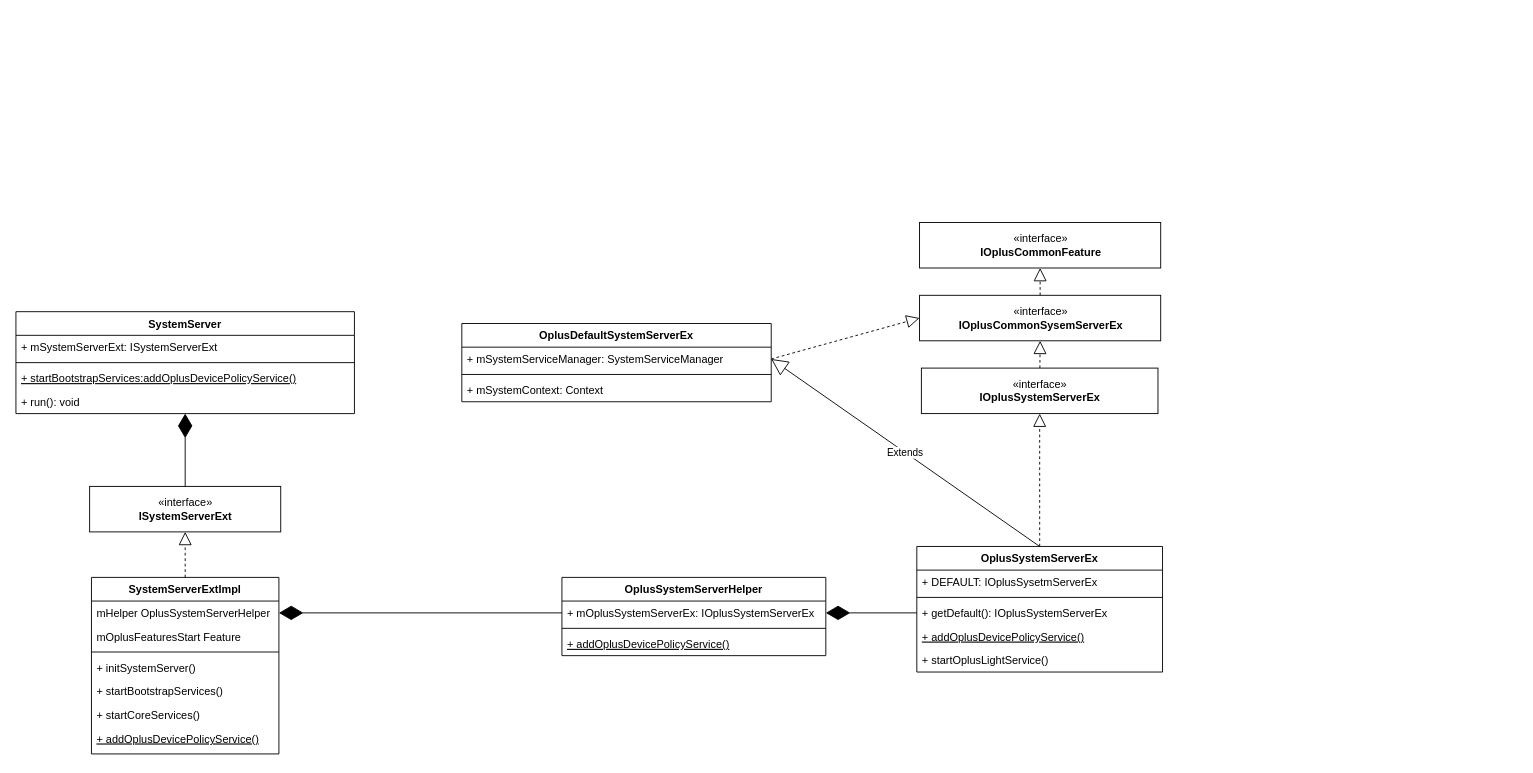
Above: oplus-exsystemserver-analyz-20221102.drawio in quexiaolong/OV-ExFramework (draw.io), before the change. Source tidied: cells renumbered, new cells numbered last; positions are measured from the earlier drawing's top-left corner, leaving out a move shared by most shapes. Both pictures are drawn from the tidied source at 91%, with x=0, y=0 at pixel (15, 222).
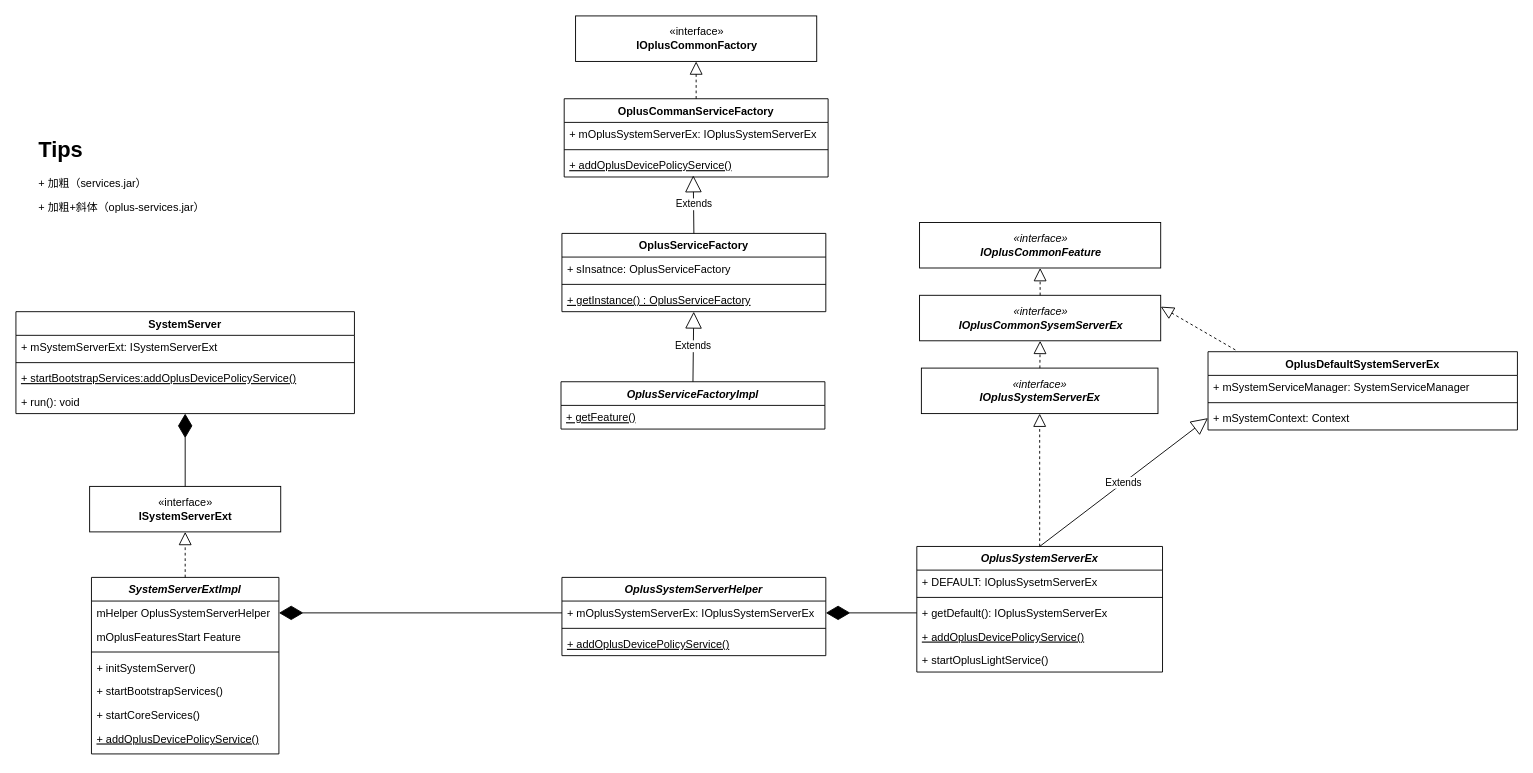
The same page after the edit.

Unchanged cells that the change refers to:
```xml
<mxCell id="37" value="+ mSystemServiceManager: SystemServiceManager" style="text;strokeColor=none;fillColor=none;align=left;verticalAlign=top;spacingLeft=4;spacingRight=4;overflow=hidden;points=[[0,0.5],[1,0.5]];portConstraint=eastwest;" parent="36" vertex="1">
  <mxGeometry y="26" width="340" height="26" as="geometry" />
</mxCell>
<mxCell id="39" value="+ mSystemContext: Context" style="text;strokeColor=none;fillColor=none;align=left;verticalAlign=top;spacingLeft=4;spacingRight=4;overflow=hidden;points=[[0,0.5],[1,0.5]];portConstraint=eastwest;" parent="36" vertex="1">
  <mxGeometry y="60" width="340" height="26" as="geometry" />
</mxCell>
```

Change to the diagram source:
```diff
@@
-    <mxCell id="2" value="SystemServerExtImpl" style="swimlane;fontStyle=1;align=center;verticalAlign=top;horizontal=1;startSize=26;rounded=0;shadow=0;strokeWidth=1;" parent="1" vertex="1">
+    <mxCell id="2" value="SystemServerExtImpl" style="swimlane;fontStyle=3;align=center;verticalAlign=top;horizontal=1;startSize=26;rounded=0;shadow=0;strokeWidth=1;" parent="1" vertex="1">
       <mxGeometry x="83" y="390" width="206" height="194" as="geometry" />
     </mxCell>
@@
-    <mxCell id="17" value="OplusSystemServerHelper" style="swimlane;fontStyle=1;align=center;verticalAlign=top;horizontal=1;startSize=26;" parent="1" vertex="1">
+    <mxCell id="17" value="OplusSystemServerHelper" style="swimlane;fontStyle=3;align=center;verticalAlign=top;horizontal=1;startSize=26;" parent="1" vertex="1">
       <mxGeometry x="600" y="390" width="290" height="86" as="geometry" />
     </mxCell>
@@
-    <mxCell id="21" value="«interface»&lt;br&gt;&lt;b&gt;IOplusSystemServerEx&lt;/b&gt;" style="html=1;" parent="1" vertex="1">
+    <mxCell id="21" value="&lt;i&gt;«interface»&lt;br&gt;&lt;b&gt;IOplusSystemServerEx&lt;/b&gt;&lt;/i&gt;" style="html=1;" parent="1" vertex="1">
       <mxGeometry x="995" y="160" width="260" height="50" as="geometry" />
     </mxCell>
@@
-    <mxCell id="23" value="OplusSystemServerEx" style="swimlane;fontStyle=1;align=center;verticalAlign=top;horizontal=1;startSize=26;" parent="1" vertex="1">
+    <mxCell id="23" value="OplusSystemServerEx" style="swimlane;fontStyle=3;align=center;verticalAlign=top;horizontal=1;startSize=26;" parent="1" vertex="1">
       <mxGeometry x="990" y="356" width="270" height="138" as="geometry" />
     </mxCell>
@@
-    <mxCell id="32" value="«interface»&lt;br&gt;&lt;b&gt;IOplusCommonSysemServerEx&lt;/b&gt;" style="html=1;" parent="1" vertex="1">
+    <mxCell id="32" value="&lt;i&gt;«interface»&lt;br&gt;&lt;b&gt;IOplusCommonSysemServerEx&lt;/b&gt;&lt;/i&gt;" style="html=1;" parent="1" vertex="1">
       <mxGeometry x="993" y="80" width="265" height="50" as="geometry" />
     </mxCell>
-    <mxCell id="33" value="«interface»&lt;br&gt;&lt;b&gt;IOplusCommonFeature&lt;/b&gt;" style="html=1;" parent="1" vertex="1">
+    <mxCell id="33" value="&lt;i&gt;«interface»&lt;br&gt;&lt;b&gt;IOplusCommonFeature&lt;/b&gt;&lt;/i&gt;" style="html=1;" parent="1" vertex="1">
       <mxGeometry x="993" width="265" height="50" as="geometry" />
     </mxCell>
@@
     <mxCell id="36" value="OplusDefaultSystemServerEx" style="swimlane;fontStyle=1;align=center;verticalAlign=top;horizontal=1;startSize=26;" parent="1" vertex="1">
-      <mxGeometry x="490" y="111" width="340" height="86" as="geometry" />
+      <mxGeometry x="1310" y="142" width="340" height="86" as="geometry" />
     </mxCell>
@@
-    <mxCell id="40" value="Extends" style="endArrow=block;endSize=16;endFill=0;html=1;rounded=0;exitX=0.5;exitY=0;exitDx=0;exitDy=0;entryX=1;entryY=0.5;entryDx=0;entryDy=0;" parent="1" edge="1" source="23" target="37">
+    <mxCell id="40" value="Extends" style="endArrow=block;endSize=16;endFill=0;html=1;rounded=0;exitX=0.5;exitY=0;exitDx=0;exitDy=0;entryX=0;entryY=0.5;entryDx=0;entryDy=0;" parent="1" edge="1" source="23" target="39">
       <mxGeometry relative="1" as="geometry" />
     </mxCell>
-    <mxCell id="41" style="endArrow=block;dashed=1;endFill=0;endSize=12;html=1;rounded=0;entryX=0;entryY=0.5;entryDx=0;entryDy=0;exitX=1;exitY=0.5;exitDx=0;exitDy=0;" parent="1" edge="1" source="37" target="32">
-      <mxGeometry relative="1" as="geometry" />
+    <mxCell id="41" style="endArrow=block;dashed=1;endFill=0;endSize=12;html=1;rounded=0;entryX=1;entryY=0.25;entryDx=0;entryDy=0;" parent="1" edge="1" target="32">
+      <mxGeometry relative="1" as="geometry">
+        <mxPoint x="1340" y="140" as="sourcePoint" />
+      </mxGeometry>
     </mxCell>
+    <mxCell id="42" value="«interface»&lt;br&gt;&lt;b&gt;IOplusCommonFactory&lt;/b&gt;" style="html=1;" parent="1" vertex="1">
+      <mxGeometry x="615" y="-227" width="265" height="50" as="geometry" />
+    </mxCell>
+    <mxCell id="43" value="OplusCommanServiceFactory" style="swimlane;fontStyle=1;align=center;verticalAlign=top;horizontal=1;startSize=26;" parent="1" vertex="1">
+      <mxGeometry x="602.5" y="-136" width="290" height="86" as="geometry" />
+    </mxCell>
+    <mxCell id="44" value="+ mOplusSystemServerEx: IOplusSystemServerEx" style="text;strokeColor=none;fillColor=none;align=left;verticalAlign=top;spacingLeft=4;spacingRight=4;overflow=hidden;" parent="43" vertex="1">
+      <mxGeometry y="26" width="290" height="26" as="geometry" />
+    </mxCell>
+    <mxCell id="45" style="line;strokeWidth=1;fillColor=none;align=left;verticalAlign=middle;spacingTop=-1;spacingLeft=3;spacingRight=3;labelPosition=right;strokeColor=inherit;" parent="43" vertex="1">
+      <mxGeometry y="52" width="290" height="8" as="geometry" />
+    </mxCell>
+    <mxCell id="46" value="+ addOplusDevicePolicyService()" style="text;strokeColor=none;fillColor=none;align=left;verticalAlign=top;spacingLeft=4;spacingRight=4;overflow=hidden;points=[[0,0.5],[1,0.5]];portConstraint=eastwest;fontStyle=4;" parent="43" vertex="1">
+      <mxGeometry y="60" width="290" height="26" as="geometry" />
+    </mxCell>
+    <mxCell id="47" style="endArrow=block;dashed=1;endFill=0;endSize=12;html=1;rounded=0;entryX=0.5;entryY=1;entryDx=0;entryDy=0;exitX=0.5;exitY=0;exitDx=0;exitDy=0;" parent="1" edge="1" source="43" target="42">
+      <mxGeometry relative="1" as="geometry" />
+    </mxCell>
+    <mxCell id="48" value="&lt;h1&gt;Tips&lt;/h1&gt;&lt;p&gt;+ 加粗（services.jar）&lt;/p&gt;&lt;p&gt;+ 加粗+斜体（oplus-services.jar）&lt;/p&gt;" style="text;html=1;strokeColor=none;fillColor=none;spacing=5;spacingTop=-20;whiteSpace=wrap;overflow=hidden;rounded=0;" parent="1" vertex="1">
+      <mxGeometry x="20" y="-100" width="260" height="120" as="geometry" />
+    </mxCell>
+    <mxCell id="49" value="OplusServiceFactory" style="swimlane;fontStyle=1;align=center;verticalAlign=top;horizontal=1;startSize=26;" parent="1" vertex="1">
+      <mxGeometry x="600" y="12" width="290" height="86" as="geometry" />
+    </mxCell>
+    <mxCell id="50" value="+ sInsatnce: OplusServiceFactory" style="text;strokeColor=none;fillColor=none;align=left;verticalAlign=top;spacingLeft=4;spacingRight=4;overflow=hidden;" parent="49" vertex="1">
+      <mxGeometry y="26" width="290" height="26" as="geometry" />
+    </mxCell>
+    <mxCell id="51" style="line;strokeWidth=1;fillColor=none;align=left;verticalAlign=middle;spacingTop=-1;spacingLeft=3;spacingRight=3;labelPosition=right;strokeColor=inherit;" parent="49" vertex="1">
+      <mxGeometry y="52" width="290" height="8" as="geometry" />
+    </mxCell>
+    <mxCell id="52" value="+ getInstance() : OplusServiceFactory" style="text;strokeColor=none;fillColor=none;align=left;verticalAlign=top;spacingLeft=4;spacingRight=4;overflow=hidden;points=[[0,0.5],[1,0.5]];portConstraint=eastwest;fontStyle=4;" parent="49" vertex="1">
+      <mxGeometry y="60" width="290" height="26" as="geometry" />
+    </mxCell>
+    <mxCell id="53" value="Extends" style="endArrow=block;endSize=16;endFill=0;html=1;rounded=0;exitX=0.5;exitY=0;exitDx=0;exitDy=0;entryX=0.489;entryY=0.933;entryDx=0;entryDy=0;entryPerimeter=0;" parent="1" edge="1" source="49" target="46">
+      <mxGeometry relative="1" as="geometry" />
+    </mxCell>
+    <mxCell id="54" value="OplusServiceFactoryImpl" style="swimlane;fontStyle=3;align=center;verticalAlign=top;horizontal=1;startSize=26;" parent="1" vertex="1">
+      <mxGeometry x="599" y="175" width="290" height="52" as="geometry" />
+    </mxCell>
+    <mxCell id="55" value="+ getFeature()" style="text;strokeColor=none;fillColor=none;align=left;verticalAlign=top;spacingLeft=4;spacingRight=4;overflow=hidden;fontStyle=4;" parent="54" vertex="1">
+      <mxGeometry y="26" width="290" height="26" as="geometry" />
+    </mxCell>
+    <mxCell id="56" value="Extends" style="endArrow=block;endSize=16;endFill=0;html=1;rounded=0;exitX=0.5;exitY=0;exitDx=0;exitDy=0;" parent="1" edge="1" source="54" target="52">
+      <mxGeometry relative="1" as="geometry" />
+    </mxCell>
```
